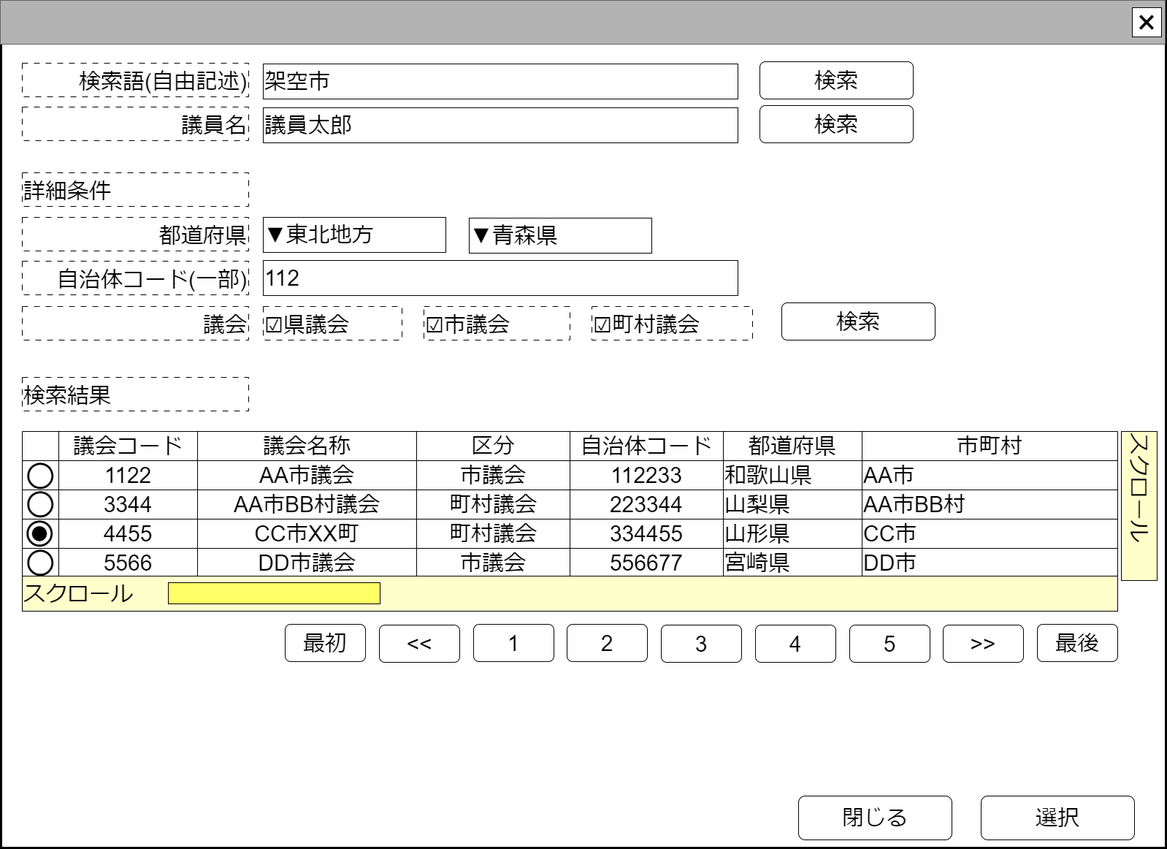
Before: docs/common/front/serach_paliament/image/議会検索.drawio.png, a diagram exported from draw.io (chiwa2023/investigate-politician-balance-report). Source tidied: cells renumbered, new cells last; positions are measured from the earlier drawing's top-left corner, leaving out a move shared by most shapes.
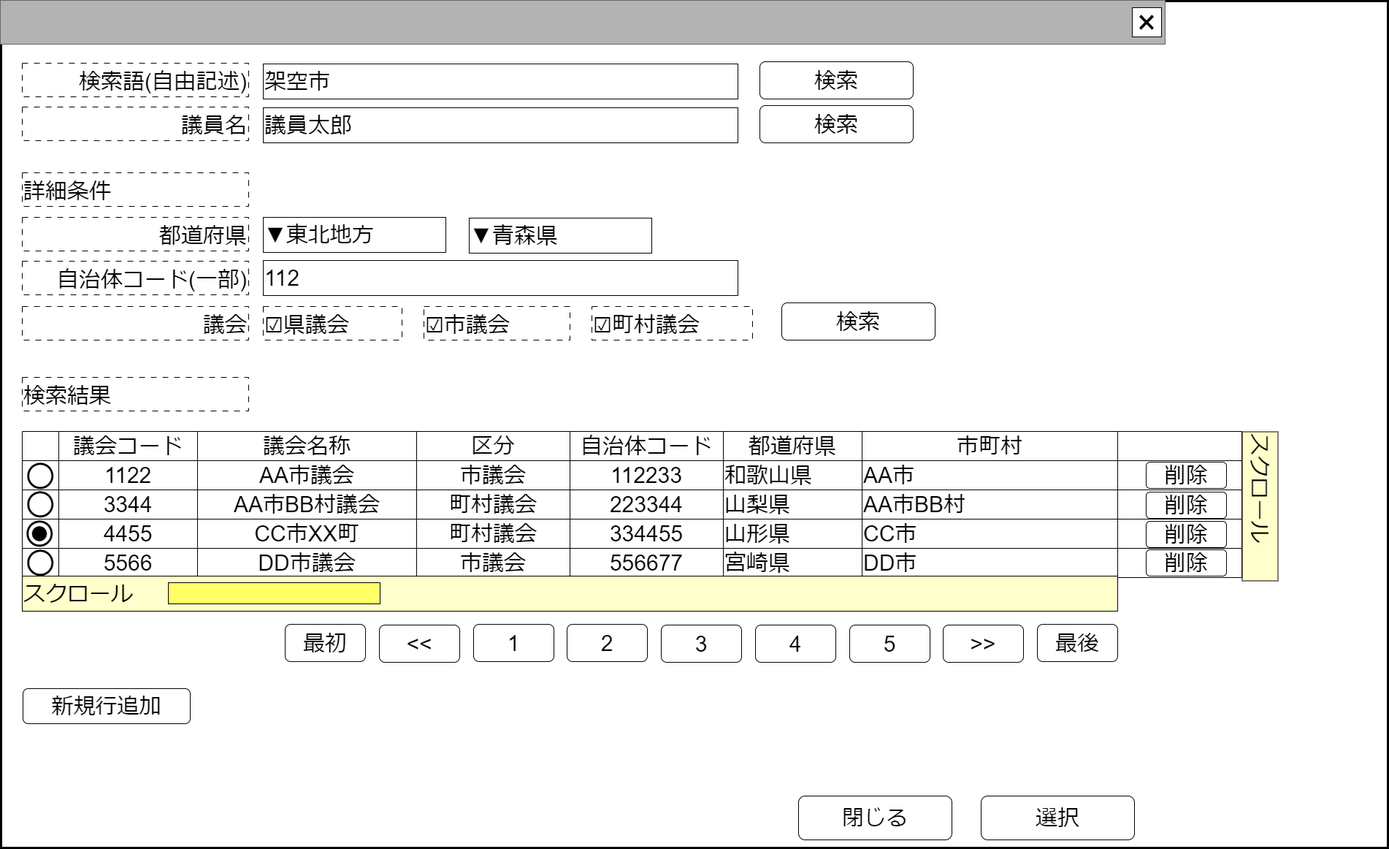
After the change.

The edit, as a diff of the source:
```diff
@@ -3,7 +3,7 @@
     <mxCell id="0" />
     <mxCell id="1" value="ウインドウ" parent="0" />
     <mxCell id="2" style="rounded=0;whiteSpace=wrap;html=1;strokeWidth=3;" parent="1" vertex="1">
-      <mxGeometry x="1" y="1" width="1595" height="1159" as="geometry" />
+      <mxGeometry x="1" y="1" width="1899" height="1159" as="geometry" />
     </mxCell>
     <mxCell id="3" style="rounded=0;whiteSpace=wrap;html=1;fillColor=#B3B3B3;fontColor=#333333;strokeColor=#666666;" parent="1" vertex="1">
       <mxGeometry width="1595" height="60" as="geometry" />
@@ -13,10 +13,10 @@
     </mxCell>
     <mxCell id="5" value="名称未設定レイヤ" parent="0" />
     <mxCell id="6" style="shape=table;startSize=0;fontSize=16;" parent="5" vertex="1">
-      <mxGeometry x="30" y="590" width="1500" height="200" as="geometry" />
+      <mxGeometry x="30" y="590" width="1670" height="200" as="geometry" />
     </mxCell>
     <mxCell id="7" style="shape=tableRow;horizontal=0;startSize=0;swimlaneHead=0;swimlaneBody=0;strokeColor=inherit;top=0;left=0;bottom=0;right=0;fillColor=none;fontSize=16;" parent="6" vertex="1">
-      <mxGeometry width="1500" height="40" as="geometry" />
+      <mxGeometry width="1670" height="40" as="geometry" />
     </mxCell>
     <mxCell id="8" style="shape=partialRectangle;html=1;whiteSpace=wrap;strokeColor=inherit;overflow=hidden;fillColor=none;top=0;left=0;bottom=0;right=0;fontSize=16;" parent="7" vertex="1">
       <mxGeometry width="50" height="40" as="geometry" />
@@ -39,8 +39,11 @@
     <mxCell id="14" value="&lt;font style=&quot;font-size: 30px;&quot;&gt;市町村&lt;/font&gt;" style="shape=partialRectangle;html=1;whiteSpace=wrap;strokeColor=inherit;overflow=hidden;fillColor=none;top=0;left=0;bottom=0;right=0;fontSize=16;" parent="7" vertex="1">
       <mxGeometry x="1150" width="350" height="40" as="geometry" />
     </mxCell>
+    <mxCell id="84" style="shape=partialRectangle;html=1;whiteSpace=wrap;strokeColor=inherit;overflow=hidden;fillColor=none;top=0;left=0;bottom=0;right=0;fontSize=16;" parent="7" vertex="1">
+      <mxGeometry x="1500" width="170" height="40" as="geometry" />
+    </mxCell>
     <mxCell id="15" style="shape=tableRow;horizontal=0;startSize=0;swimlaneHead=0;swimlaneBody=0;strokeColor=inherit;top=0;left=0;bottom=0;right=0;fillColor=none;fontSize=16;" parent="6" vertex="1">
-      <mxGeometry y="40" width="1500" height="40" as="geometry" />
+      <mxGeometry y="40" width="1670" height="40" as="geometry" />
     </mxCell>
     <mxCell id="16" style="shape=partialRectangle;html=1;whiteSpace=wrap;strokeColor=inherit;overflow=hidden;fillColor=none;top=0;left=0;bottom=0;right=0;fontSize=16;" parent="15" vertex="1">
       <mxGeometry width="50" height="40" as="geometry" />
@@ -63,8 +66,11 @@
     <mxCell id="22" value="&lt;font style=&quot;font-size: 30px;&quot;&gt;AA市&lt;/font&gt;" style="shape=partialRectangle;html=1;whiteSpace=wrap;strokeColor=inherit;overflow=hidden;fillColor=none;top=0;left=0;bottom=0;right=0;fontSize=16;align=left;" parent="15" vertex="1">
       <mxGeometry x="1150" width="350" height="40" as="geometry" />
     </mxCell>
+    <mxCell id="85" style="shape=partialRectangle;html=1;whiteSpace=wrap;strokeColor=inherit;overflow=hidden;fillColor=none;top=0;left=0;bottom=0;right=0;fontSize=16;align=left;" parent="15" vertex="1">
+      <mxGeometry x="1500" width="170" height="40" as="geometry" />
+    </mxCell>
     <mxCell id="23" style="shape=tableRow;horizontal=0;startSize=0;swimlaneHead=0;swimlaneBody=0;strokeColor=inherit;top=0;left=0;bottom=0;right=0;fillColor=none;fontSize=16;align=left;" parent="6" vertex="1">
-      <mxGeometry y="80" width="1500" height="40" as="geometry" />
+      <mxGeometry y="80" width="1670" height="40" as="geometry" />
     </mxCell>
     <mxCell id="24" style="shape=partialRectangle;html=1;whiteSpace=wrap;strokeColor=inherit;overflow=hidden;fillColor=none;top=0;left=0;bottom=0;right=0;fontSize=16;" parent="23" vertex="1">
       <mxGeometry width="50" height="40" as="geometry" />
@@ -87,8 +93,11 @@
     <mxCell id="30" value="&lt;font style=&quot;font-size: 30px;&quot;&gt;AA市BB村&lt;/font&gt;" style="shape=partialRectangle;html=1;whiteSpace=wrap;strokeColor=inherit;overflow=hidden;fillColor=none;top=0;left=0;bottom=0;right=0;fontSize=16;align=left;" parent="23" vertex="1">
       <mxGeometry x="1150" width="350" height="40" as="geometry" />
     </mxCell>
+    <mxCell id="86" style="shape=partialRectangle;html=1;whiteSpace=wrap;strokeColor=inherit;overflow=hidden;fillColor=none;top=0;left=0;bottom=0;right=0;fontSize=16;align=left;" parent="23" vertex="1">
+      <mxGeometry x="1500" width="170" height="40" as="geometry" />
+    </mxCell>
     <mxCell id="31" style="shape=tableRow;horizontal=0;startSize=0;swimlaneHead=0;swimlaneBody=0;strokeColor=inherit;top=0;left=0;bottom=0;right=0;fillColor=none;fontSize=16;" parent="6" vertex="1">
-      <mxGeometry y="120" width="1500" height="40" as="geometry" />
+      <mxGeometry y="120" width="1670" height="40" as="geometry" />
     </mxCell>
     <mxCell id="32" style="shape=partialRectangle;html=1;whiteSpace=wrap;strokeColor=inherit;overflow=hidden;fillColor=none;top=0;left=0;bottom=0;right=0;fontSize=16;" parent="31" vertex="1">
       <mxGeometry width="50" height="40" as="geometry" />
@@ -111,8 +120,11 @@
     <mxCell id="38" value="&lt;font style=&quot;font-size: 30px;&quot;&gt;CC市&lt;/font&gt;" style="shape=partialRectangle;html=1;whiteSpace=wrap;strokeColor=inherit;overflow=hidden;fillColor=none;top=0;left=0;bottom=0;right=0;fontSize=16;align=left;" parent="31" vertex="1">
       <mxGeometry x="1150" width="350" height="40" as="geometry" />
     </mxCell>
+    <mxCell id="87" style="shape=partialRectangle;html=1;whiteSpace=wrap;strokeColor=inherit;overflow=hidden;fillColor=none;top=0;left=0;bottom=0;right=0;fontSize=16;align=left;" parent="31" vertex="1">
+      <mxGeometry x="1500" width="170" height="40" as="geometry" />
+    </mxCell>
     <mxCell id="39" style="shape=tableRow;horizontal=0;startSize=0;swimlaneHead=0;swimlaneBody=0;strokeColor=inherit;top=0;left=0;bottom=0;right=0;fillColor=none;fontSize=16;" parent="6" vertex="1">
-      <mxGeometry y="160" width="1500" height="40" as="geometry" />
+      <mxGeometry y="160" width="1670" height="40" as="geometry" />
     </mxCell>
     <mxCell id="40" style="shape=partialRectangle;html=1;whiteSpace=wrap;strokeColor=inherit;overflow=hidden;fillColor=none;top=0;left=0;bottom=0;right=0;fontSize=16;" parent="39" vertex="1">
       <mxGeometry width="50" height="40" as="geometry" />
@@ -135,6 +147,9 @@
     <mxCell id="46" value="&lt;font style=&quot;font-size: 30px;&quot;&gt;DD市&lt;/font&gt;" style="shape=partialRectangle;html=1;whiteSpace=wrap;strokeColor=inherit;overflow=hidden;fillColor=none;top=0;left=0;bottom=0;right=0;fontSize=16;align=left;" parent="39" vertex="1">
       <mxGeometry x="1150" width="350" height="40" as="geometry" />
     </mxCell>
+    <mxCell id="88" style="shape=partialRectangle;html=1;whiteSpace=wrap;strokeColor=inherit;overflow=hidden;fillColor=none;top=0;left=0;bottom=0;right=0;fontSize=16;align=left;" parent="39" vertex="1">
+      <mxGeometry x="1500" width="170" height="40" as="geometry" />
+    </mxCell>
     <mxCell id="47" value="&lt;font style=&quot;font-size: 84px;&quot;&gt;○&lt;/font&gt;" style="text;html=1;strokeColor=none;fillColor=none;align=center;verticalAlign=middle;whiteSpace=wrap;rounded=0;fontSize=60;" parent="5" vertex="1">
       <mxGeometry x="25" y="631" width="60" height="30" as="geometry" />
     </mxCell>
@@ -244,7 +259,22 @@
       <mxGeometry x="230" y="797" width="290" height="29" as="geometry" />
     </mxCell>
     <mxCell id="83" value="&lt;div style=&quot;&quot;&gt;&lt;font style=&quot;font-size: 30px;&quot;&gt;スクロール&lt;/font&gt;&lt;/div&gt;" style="rounded=0;whiteSpace=wrap;html=1;align=left;verticalAlign=top;fillColor=#FFFFCC;rotation=90;" parent="5" vertex="1">
-      <mxGeometry x="1457.5" y="667.5" width="204" height="49" as="geometry" />
+      <mxGeometry x="1623" y="668" width="204" height="49" as="geometry" />
     </mxCell>
+    <mxCell id="89" value="&lt;span style=&quot;font-size: 30px;&quot;&gt;削除&lt;/span&gt;" style="rounded=1;whiteSpace=wrap;html=1;" parent="5" vertex="1">
+      <mxGeometry x="1569" y="632" width="110" height="36" as="geometry" />
+    </mxCell>
+    <mxCell id="90" value="&lt;span style=&quot;font-size: 30px;&quot;&gt;削除&lt;/span&gt;" style="rounded=1;whiteSpace=wrap;html=1;" parent="5" vertex="1">
+      <mxGeometry x="1569" y="673" width="110" height="36" as="geometry" />
+    </mxCell>
+    <mxCell id="91" value="&lt;span style=&quot;font-size: 30px;&quot;&gt;削除&lt;/span&gt;" style="rounded=1;whiteSpace=wrap;html=1;" parent="5" vertex="1">
+      <mxGeometry x="1569" y="713" width="110" height="36" as="geometry" />
+    </mxCell>
+    <mxCell id="92" value="&lt;span style=&quot;font-size: 30px;&quot;&gt;削除&lt;/span&gt;" style="rounded=1;whiteSpace=wrap;html=1;" parent="5" vertex="1">
+      <mxGeometry x="1569" y="752" width="110" height="36" as="geometry" />
+    </mxCell>
+    <mxCell id="93" value="&lt;span style=&quot;font-size: 30px;&quot;&gt;新規行追加&lt;/span&gt;" style="rounded=1;whiteSpace=wrap;html=1;" parent="5" vertex="1">
+      <mxGeometry x="31" y="942" width="229" height="48" as="geometry" />
+    </mxCell>
   </root>
 </mxGraphModel>
```
